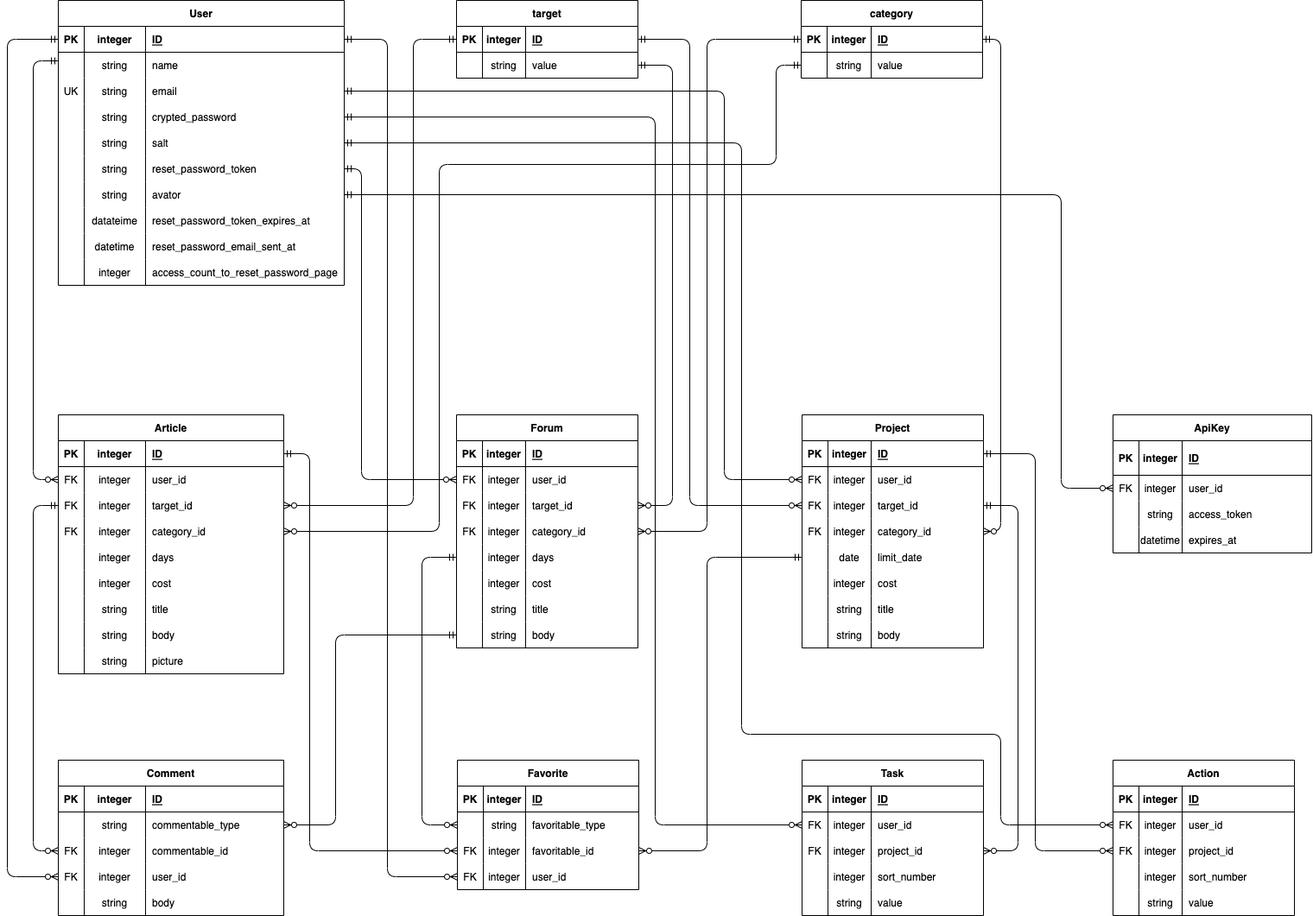
Earlier version of the draw.io export er.drawio.png (hibi6toshi/cocoaer). Source tidied: cells renumbered, new cells last; positions are measured from the earlier drawing's top-left corner, leaving out a move shared by most shapes.
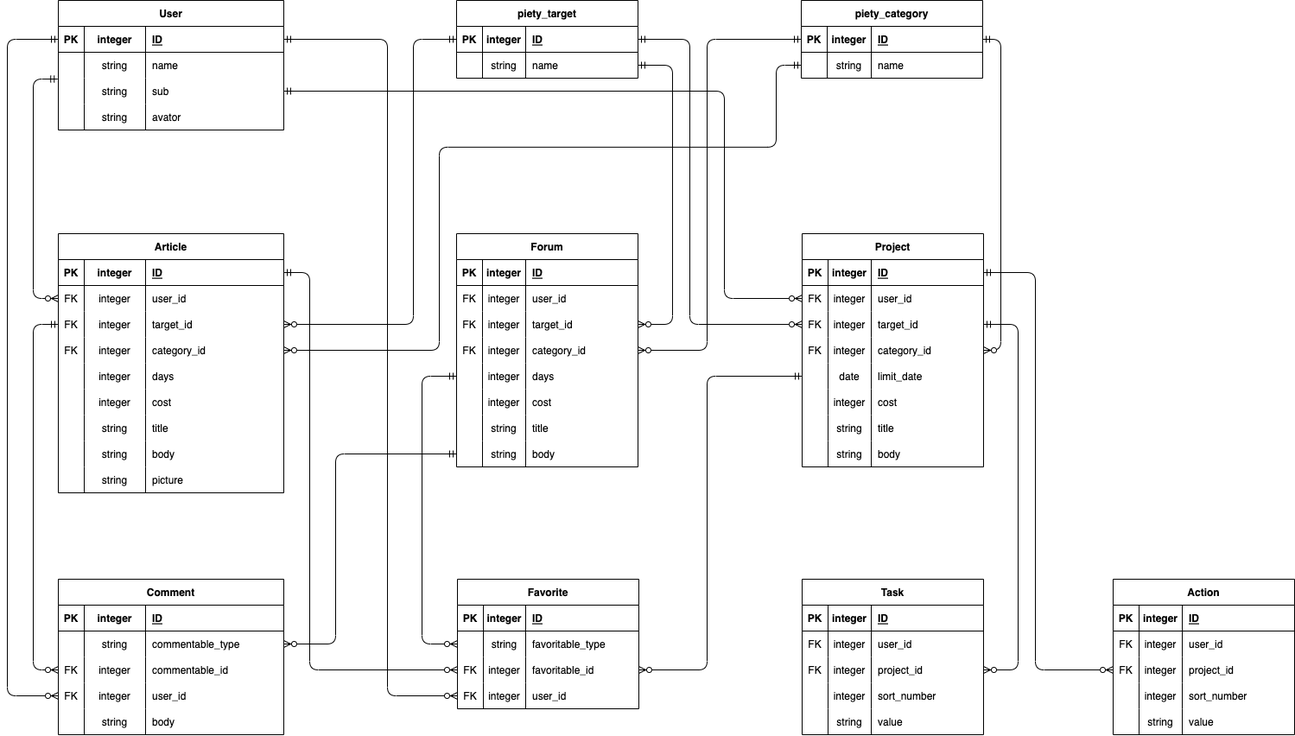
Later version of the same file.

Commit message:
認証まわりの整理＆カラム/テーブル名の変更

The edit, as a diff of the source:
```diff
@@ -428,6 +428,6 @@
     <mxCell id="143" value="User" style="shape=table;startSize=30;rowLines=0;fontStyle=1;align=center;" parent="1" vertex="1">
-      <mxGeometry x="59" width="331" height="330" as="geometry" />
+      <mxGeometry x="59" y="210" width="261" height="150" as="geometry" />
     </mxCell>
     <mxCell id="144" style="shape=tableRow;horizontal=0;startSize=0;swimlaneHead=0;swimlaneBody=0;fillColor=none;points=[[0,0.5],[1,0.5]];portConstraint=eastwest;top=0;left=0;right=0;bottom=1;" parent="143" vertex="1">
-      <mxGeometry y="30" width="331" height="30" as="geometry" />
+      <mxGeometry y="30" width="261" height="30" as="geometry" />
     </mxCell>
@@ -440,6 +440,6 @@
     <mxCell id="147" value="ID" style="shape=partialRectangle;fillColor=none;top=0;left=0;bottom=0;right=0;align=left;spacingLeft=6;fontStyle=5;overflow=hidden;" parent="144" vertex="1">
-      <mxGeometry x="101" width="230" height="30" as="geometry" />
+      <mxGeometry x="101" width="160" height="30" as="geometry" />
     </mxCell>
     <mxCell id="148" style="shape=tableRow;horizontal=0;startSize=0;swimlaneHead=0;swimlaneBody=0;fillColor=none;top=0;left=0;right=0;bottom=0;" parent="143" vertex="1">
-      <mxGeometry y="60" width="331" height="30" as="geometry" />
+      <mxGeometry y="60" width="261" height="30" as="geometry" />
     </mxCell>
@@ -452,8 +452,8 @@
     <mxCell id="151" value="name" style="shape=partialRectangle;fillColor=none;top=0;left=0;bottom=0;right=0;align=left;spacingLeft=6;overflow=hidden;" parent="148" vertex="1">
-      <mxGeometry x="101" width="230" height="30" as="geometry" />
+      <mxGeometry x="101" width="160" height="30" as="geometry" />
     </mxCell>
     <mxCell id="152" style="shape=tableRow;horizontal=0;startSize=0;swimlaneHead=0;swimlaneBody=0;fillColor=none;points=[[0,0.5],[1,0.5]];portConstraint=eastwest;top=0;left=0;right=0;bottom=0;" parent="143" vertex="1">
-      <mxGeometry y="90" width="331" height="30" as="geometry" />
+      <mxGeometry y="90" width="261" height="30" as="geometry" />
     </mxCell>
-    <mxCell id="153" value="UK" style="shape=partialRectangle;fillColor=none;top=0;left=0;bottom=0;right=0;overflow=hidden;" parent="152" vertex="1">
+    <mxCell id="153" style="shape=partialRectangle;fillColor=none;top=0;left=0;bottom=0;right=0;overflow=hidden;" parent="152" vertex="1">
       <mxGeometry width="30" height="30" as="geometry" />
@@ -463,43 +463,7 @@
     </mxCell>
-    <mxCell id="155" value="email" style="shape=partialRectangle;fillColor=none;top=0;left=0;bottom=0;right=0;align=left;spacingLeft=6;overflow=hidden;" parent="152" vertex="1">
-      <mxGeometry x="101" width="230" height="30" as="geometry" />
+    <mxCell id="155" value="sub" style="shape=partialRectangle;fillColor=none;top=0;left=0;bottom=0;right=0;align=left;spacingLeft=6;overflow=hidden;" parent="152" vertex="1">
+      <mxGeometry x="101" width="160" height="30" as="geometry" />
     </mxCell>
-    <mxCell id="156" style="shape=tableRow;horizontal=0;startSize=0;swimlaneHead=0;swimlaneBody=0;fillColor=none;points=[[0,0.5],[1,0.5]];portConstraint=eastwest;top=0;left=0;right=0;bottom=0;" parent="143" vertex="1">
-      <mxGeometry y="120" width="331" height="30" as="geometry" />
-    </mxCell>
-    <mxCell id="157" style="shape=partialRectangle;fillColor=none;top=0;left=0;bottom=0;right=0;overflow=hidden;" parent="156" vertex="1">
-      <mxGeometry width="30" height="30" as="geometry" />
-    </mxCell>
-    <mxCell id="158" value="string" style="shape=partialRectangle;fillColor=none;top=0;left=0;bottom=0;right=0;overflow=hidden;" parent="156" vertex="1">
-      <mxGeometry x="30" width="71" height="30" as="geometry" />
-    </mxCell>
-    <mxCell id="159" value="crypted_password" style="shape=partialRectangle;fillColor=none;top=0;left=0;bottom=0;right=0;align=left;spacingLeft=6;overflow=hidden;" parent="156" vertex="1">
-      <mxGeometry x="101" width="230" height="30" as="geometry" />
-    </mxCell>
-    <mxCell id="160" style="shape=tableRow;horizontal=0;startSize=0;swimlaneHead=0;swimlaneBody=0;fillColor=none;points=[[0,0.5],[1,0.5]];portConstraint=eastwest;top=0;left=0;right=0;bottom=0;" parent="143" vertex="1">
-      <mxGeometry y="150" width="331" height="30" as="geometry" />
-    </mxCell>
-    <mxCell id="161" style="shape=partialRectangle;fillColor=none;top=0;left=0;bottom=0;right=0;overflow=hidden;" parent="160" vertex="1">
-      <mxGeometry width="30" height="30" as="geometry" />
-    </mxCell>
-    <mxCell id="162" value="string" style="shape=partialRectangle;fillColor=none;top=0;left=0;bottom=0;right=0;overflow=hidden;" parent="160" vertex="1">
-      <mxGeometry x="30" width="71" height="30" as="geometry" />
-    </mxCell>
-    <mxCell id="163" value="salt" style="shape=partialRectangle;fillColor=none;top=0;left=0;bottom=0;right=0;align=left;spacingLeft=6;overflow=hidden;" parent="160" vertex="1">
-      <mxGeometry x="101" width="230" height="30" as="geometry" />
-    </mxCell>
-    <mxCell id="164" style="shape=tableRow;horizontal=0;startSize=0;swimlaneHead=0;swimlaneBody=0;fillColor=none;points=[[0,0.5],[1,0.5]];portConstraint=eastwest;top=0;left=0;right=0;bottom=0;" parent="143" vertex="1">
-      <mxGeometry y="180" width="331" height="30" as="geometry" />
-    </mxCell>
-    <mxCell id="165" style="shape=partialRectangle;fillColor=none;top=0;left=0;bottom=0;right=0;overflow=hidden;" parent="164" vertex="1">
-      <mxGeometry width="30" height="30" as="geometry" />
-    </mxCell>
-    <mxCell id="166" value="string" style="shape=partialRectangle;fillColor=none;top=0;left=0;bottom=0;right=0;overflow=hidden;" parent="164" vertex="1">
-      <mxGeometry x="30" width="71" height="30" as="geometry" />
-    </mxCell>
-    <mxCell id="167" value="reset_password_token" style="shape=partialRectangle;fillColor=none;top=0;left=0;bottom=0;right=0;align=left;spacingLeft=6;overflow=hidden;" parent="164" vertex="1">
-      <mxGeometry x="101" width="230" height="30" as="geometry" />
-    </mxCell>
     <mxCell id="168" style="shape=tableRow;horizontal=0;startSize=0;swimlaneHead=0;swimlaneBody=0;fillColor=none;points=[[0,0.5],[1,0.5]];portConstraint=eastwest;top=0;left=0;right=0;bottom=0;" parent="143" vertex="1">
-      <mxGeometry y="210" width="331" height="30" as="geometry" />
+      <mxGeometry y="120" width="261" height="30" as="geometry" />
     </mxCell>
@@ -512,42 +476,6 @@
     <mxCell id="171" value="avator" style="shape=partialRectangle;fillColor=none;top=0;left=0;bottom=0;right=0;align=left;spacingLeft=6;overflow=hidden;" parent="168" vertex="1">
-      <mxGeometry x="101" width="230" height="30" as="geometry" />
+      <mxGeometry x="101" width="160" height="30" as="geometry" />
     </mxCell>
-    <mxCell id="172" style="shape=tableRow;horizontal=0;startSize=0;swimlaneHead=0;swimlaneBody=0;fillColor=none;top=0;left=0;right=0;bottom=0;" parent="143" vertex="1">
-      <mxGeometry y="240" width="331" height="30" as="geometry" />
-    </mxCell>
-    <mxCell id="173" style="shape=partialRectangle;fillColor=none;top=0;left=0;bottom=0;right=0;overflow=hidden;" parent="172" vertex="1">
-      <mxGeometry width="30" height="30" as="geometry" />
-    </mxCell>
-    <mxCell id="174" value="datateime" style="shape=partialRectangle;fillColor=none;top=0;left=0;bottom=0;right=0;overflow=hidden;" parent="172" vertex="1">
-      <mxGeometry x="30" width="71" height="30" as="geometry" />
-    </mxCell>
-    <mxCell id="175" value="reset_password_token_expires_at" style="shape=partialRectangle;fillColor=none;top=0;left=0;bottom=0;right=0;align=left;spacingLeft=6;overflow=hidden;" parent="172" vertex="1">
-      <mxGeometry x="101" width="230" height="30" as="geometry" />
-    </mxCell>
-    <mxCell id="176" style="shape=tableRow;horizontal=0;startSize=0;swimlaneHead=0;swimlaneBody=0;fillColor=none;top=0;left=0;right=0;bottom=0;" parent="143" vertex="1">
-      <mxGeometry y="270" width="331" height="30" as="geometry" />
-    </mxCell>
-    <mxCell id="177" style="shape=partialRectangle;fillColor=none;top=0;left=0;bottom=0;right=0;overflow=hidden;" parent="176" vertex="1">
-      <mxGeometry width="30" height="30" as="geometry" />
-    </mxCell>
-    <mxCell id="178" value="datetime" style="shape=partialRectangle;fillColor=none;top=0;left=0;bottom=0;right=0;overflow=hidden;" parent="176" vertex="1">
-      <mxGeometry x="30" width="71" height="30" as="geometry" />
-    </mxCell>
-    <mxCell id="179" value="reset_password_email_sent_at" style="shape=partialRectangle;fillColor=none;top=0;left=0;bottom=0;right=0;align=left;spacingLeft=6;overflow=hidden;" parent="176" vertex="1">
-      <mxGeometry x="101" width="230" height="30" as="geometry" />
-    </mxCell>
-    <mxCell id="180" style="shape=tableRow;horizontal=0;startSize=0;swimlaneHead=0;swimlaneBody=0;fillColor=none;top=0;left=0;right=0;bottom=0;" parent="143" vertex="1">
-      <mxGeometry y="300" width="331" height="30" as="geometry" />
-    </mxCell>
-    <mxCell id="181" style="shape=partialRectangle;fillColor=none;top=0;left=0;bottom=0;right=0;overflow=hidden;" parent="180" vertex="1">
-      <mxGeometry width="30" height="30" as="geometry" />
-    </mxCell>
-    <mxCell id="182" value="integer" style="shape=partialRectangle;fillColor=none;top=0;left=0;bottom=0;right=0;overflow=hidden;" parent="180" vertex="1">
-      <mxGeometry x="30" width="71" height="30" as="geometry" />
-    </mxCell>
-    <mxCell id="183" value="access_count_to_reset_password_page" style="shape=partialRectangle;fillColor=none;top=0;left=0;bottom=0;right=0;align=left;spacingLeft=6;overflow=hidden;" parent="180" vertex="1">
-      <mxGeometry x="101" width="230" height="30" as="geometry" />
-    </mxCell>
-    <mxCell id="184" value="category" style="shape=table;startSize=30;rowLines=0;fontStyle=1;align=center;" parent="1" vertex="1">
-      <mxGeometry x="919" width="210" height="90" as="geometry" />
+    <mxCell id="184" value="piety_category" style="shape=table;startSize=30;rowLines=0;fontStyle=1;align=center;" parent="1" vertex="1">
+      <mxGeometry x="919" y="210" width="210" height="90" as="geometry" />
     </mxCell>
@@ -574,7 +502,7 @@
     </mxCell>
-    <mxCell id="192" value="value" style="shape=partialRectangle;fillColor=none;top=0;left=0;bottom=0;right=0;align=left;spacingLeft=6;overflow=hidden;" parent="189" vertex="1">
+    <mxCell id="192" value="name" style="shape=partialRectangle;fillColor=none;top=0;left=0;bottom=0;right=0;align=left;spacingLeft=6;overflow=hidden;" parent="189" vertex="1">
       <mxGeometry x="81" width="129" height="30" as="geometry" />
     </mxCell>
-    <mxCell id="193" value="target" style="shape=table;startSize=30;rowLines=0;fontStyle=1;align=center;" parent="1" vertex="1">
-      <mxGeometry x="520" width="210" height="90" as="geometry" />
+    <mxCell id="193" value="piety_target" style="shape=table;startSize=30;rowLines=0;fontStyle=1;align=center;" parent="1" vertex="1">
+      <mxGeometry x="520" y="210" width="210" height="90" as="geometry" />
     </mxCell>
@@ -601,3 +529,3 @@
     </mxCell>
-    <mxCell id="201" value="value" style="shape=partialRectangle;fillColor=none;top=0;left=0;bottom=0;right=0;align=left;spacingLeft=6;overflow=hidden;" parent="198" vertex="1">
+    <mxCell id="201" value="name" style="shape=partialRectangle;fillColor=none;top=0;left=0;bottom=0;right=0;align=left;spacingLeft=6;overflow=hidden;" parent="198" vertex="1">
       <mxGeometry x="80" width="130" height="30" as="geometry" />
@@ -607,3 +535,3 @@
         <Array as="points">
-          <mxPoint y="45" />
+          <mxPoint y="255" />
           <mxPoint y="1015" />
@@ -615,3 +543,3 @@
         <Array as="points">
-          <mxPoint x="440" y="45" />
+          <mxPoint x="440" y="255" />
           <mxPoint x="440" y="1015" />
@@ -620,7 +548,6 @@
     </mxCell>
-    <mxCell id="204" style="edgeStyle=orthogonalEdgeStyle;fontSize=12;html=1;endArrow=ERzeroToMany;startArrow=ERmandOne;entryX=0;entryY=0.5;entryDx=0;entryDy=0;" parent="1" edge="1" target="7">
+    <mxCell id="204" style="edgeStyle=orthogonalEdgeStyle;fontSize=12;html=1;endArrow=ERzeroToMany;startArrow=ERmandOne;entryX=0;entryY=0.5;entryDx=0;entryDy=0;exitX=-0.003;exitY=0.033;exitDx=0;exitDy=0;exitPerimeter=0;" parent="1" edge="1" source="152" target="7">
       <mxGeometry relative="1" as="geometry">
-        <mxPoint x="59" y="70" as="sourcePoint" />
         <Array as="points">
-          <mxPoint x="30" y="70" />
+          <mxPoint x="30" y="301" />
           <mxPoint x="30" y="555" />
@@ -640,3 +567,3 @@
         <Array as="points">
-          <mxPoint x="830" y="105" />
+          <mxPoint x="830" y="315" />
           <mxPoint x="830" y="555" />
@@ -645,7 +572,7 @@
     </mxCell>
-    <mxCell id="207" style="edgeStyle=orthogonalEdgeStyle;fontSize=12;html=1;endArrow=ERzeroToMany;startArrow=ERmandOne;entryX=0;entryY=0.5;entryDx=0;entryDy=0;exitX=1;exitY=0.5;exitDx=0;exitDy=0;" parent="1" edge="1" source="164" target="98">
+    <mxCell id="207" style="edgeStyle=orthogonalEdgeStyle;fontSize=12;html=1;endArrow=ERzeroToMany;startArrow=ERmandOne;entryX=0;entryY=0.5;entryDx=0;entryDy=0;exitX=1;exitY=0.5;exitDx=0;exitDy=0;" parent="1" edge="1" source="x" target="98">
       <mxGeometry relative="1" as="geometry">
         <Array as="points">
-          <mxPoint x="410" y="195" />
-          <mxPoint x="410" y="555" />
+          <mxPoint x="410" y="395" />
+          <mxPoint x="410" y="755" />
         </Array>
@@ -787,7 +714,7 @@
     </mxCell>
-    <mxCell id="251" style="edgeStyle=orthogonalEdgeStyle;fontSize=12;html=1;endArrow=ERzeroToMany;startArrow=ERmandOne;exitX=1;exitY=0.5;exitDx=0;exitDy=0;entryX=0;entryY=0.5;entryDx=0;entryDy=0;" parent="1" edge="1" source="156" target="214">
+    <mxCell id="251" style="edgeStyle=orthogonalEdgeStyle;fontSize=12;html=1;endArrow=ERzeroToMany;startArrow=ERmandOne;exitX=1;exitY=0.5;exitDx=0;exitDy=0;entryX=0;entryY=0.5;entryDx=0;entryDy=0;" parent="1" edge="1" source="x" target="214">
       <mxGeometry relative="1" as="geometry">
         <Array as="points">
-          <mxPoint x="750" y="135" />
-          <mxPoint x="750" y="955" />
+          <mxPoint x="750" y="335" />
+          <mxPoint x="750" y="1155" />
         </Array>
@@ -795,9 +722,9 @@
     </mxCell>
-    <mxCell id="252" style="edgeStyle=orthogonalEdgeStyle;fontSize=12;html=1;endArrow=ERzeroToMany;startArrow=ERmandOne;exitX=1;exitY=0.5;exitDx=0;exitDy=0;entryX=0;entryY=0.5;entryDx=0;entryDy=0;" parent="1" edge="1" source="160" target="235">
+    <mxCell id="252" style="edgeStyle=orthogonalEdgeStyle;fontSize=12;html=1;endArrow=ERzeroToMany;startArrow=ERmandOne;exitX=1;exitY=0.5;exitDx=0;exitDy=0;entryX=0;entryY=0.5;entryDx=0;entryDy=0;" parent="1" edge="1" source="x" target="235">
       <mxGeometry relative="1" as="geometry">
         <Array as="points">
-          <mxPoint x="850" y="165" />
-          <mxPoint x="850" y="850" />
-          <mxPoint x="1150" y="850" />
-          <mxPoint x="1150" y="955" />
+          <mxPoint x="850" y="365" />
+          <mxPoint x="850" y="1050" />
+          <mxPoint x="1150" y="1050" />
+          <mxPoint x="1150" y="1155" />
         </Array>
@@ -824,5 +751,5 @@
         <Array as="points">
-          <mxPoint x="890" y="75" />
-          <mxPoint x="890" y="190" />
-          <mxPoint x="500" y="190" />
+          <mxPoint x="890" y="285" />
+          <mxPoint x="890" y="380" />
+          <mxPoint x="500" y="380" />
           <mxPoint x="500" y="615" />
@@ -834,3 +761,3 @@
         <Array as="points">
-          <mxPoint x="470" y="45" />
+          <mxPoint x="470" y="255" />
           <mxPoint x="470" y="585" />
@@ -842,3 +769,3 @@
         <Array as="points">
-          <mxPoint x="770" y="75" />
+          <mxPoint x="770" y="285" />
           <mxPoint x="770" y="585" />
@@ -850,3 +777,3 @@
         <Array as="points">
-          <mxPoint x="810" y="45" />
+          <mxPoint x="810" y="255" />
           <mxPoint x="810" y="615" />
@@ -858,3 +785,3 @@
         <Array as="points">
-          <mxPoint x="790" y="45" />
+          <mxPoint x="790" y="255" />
           <mxPoint x="790" y="585" />
@@ -866,3 +793,3 @@
         <Array as="points">
-          <mxPoint x="1150" y="45" />
+          <mxPoint x="1150" y="255" />
           <mxPoint x="1150" y="615" />
@@ -895,61 +822,2 @@
     </mxCell>
-    <mxCell id="264" value="ApiKey" style="shape=table;startSize=30;rowLines=0;fontStyle=1;align=center;" parent="1" vertex="1">
-      <mxGeometry x="1280" y="480" width="230" height="160" as="geometry" />
-    </mxCell>
-    <mxCell id="265" style="shape=tableRow;horizontal=0;startSize=0;swimlaneHead=0;swimlaneBody=0;fillColor=none;top=0;left=0;right=0;bottom=1;" parent="264" vertex="1">
-      <mxGeometry y="30" width="230" height="40" as="geometry" />
-    </mxCell>
-    <mxCell id="266" value="PK" style="shape=partialRectangle;fillColor=none;top=0;left=0;bottom=0;right=0;fontStyle=1;overflow=hidden;" parent="265" vertex="1">
-      <mxGeometry width="30" height="40" as="geometry" />
-    </mxCell>
-    <mxCell id="267" value="integer" style="shape=partialRectangle;fillColor=none;top=0;left=0;bottom=0;right=0;fontStyle=1;overflow=hidden;" parent="265" vertex="1">
-      <mxGeometry x="30" width="50" height="40" as="geometry" />
-    </mxCell>
-    <mxCell id="268" value="ID" style="shape=partialRectangle;fillColor=none;top=0;left=0;bottom=0;right=0;align=left;spacingLeft=6;fontStyle=5;overflow=hidden;" parent="265" vertex="1">
-      <mxGeometry x="80" width="150" height="40" as="geometry" />
-    </mxCell>
-    <mxCell id="269" style="shape=tableRow;horizontal=0;startSize=0;swimlaneHead=0;swimlaneBody=0;fillColor=none;points=[[0,0.5],[1,0.5]];portConstraint=eastwest;top=0;left=0;right=0;bottom=0;" parent="264" vertex="1">
-      <mxGeometry y="70" width="230" height="30" as="geometry" />
-    </mxCell>
-    <mxCell id="270" value="FK" style="shape=partialRectangle;fillColor=none;top=0;left=0;bottom=0;right=0;overflow=hidden;" parent="269" vertex="1">
-      <mxGeometry width="30" height="30" as="geometry" />
-    </mxCell>
-    <mxCell id="271" value="integer" style="shape=partialRectangle;fillColor=none;top=0;left=0;bottom=0;right=0;overflow=hidden;" parent="269" vertex="1">
-      <mxGeometry x="30" width="50" height="30" as="geometry" />
-    </mxCell>
-    <mxCell id="272" value="user_id" style="shape=partialRectangle;fillColor=none;top=0;left=0;bottom=0;right=0;align=left;spacingLeft=6;overflow=hidden;" parent="269" vertex="1">
-      <mxGeometry x="80" width="150" height="30" as="geometry" />
-    </mxCell>
-    <mxCell id="273" style="shape=tableRow;horizontal=0;startSize=0;swimlaneHead=0;swimlaneBody=0;fillColor=none;top=0;left=0;right=0;bottom=0;" parent="264" vertex="1">
-      <mxGeometry y="100" width="230" height="30" as="geometry" />
-    </mxCell>
-    <mxCell id="274" style="shape=partialRectangle;fillColor=none;top=0;left=0;bottom=0;right=0;overflow=hidden;" parent="273" vertex="1">
-      <mxGeometry width="30" height="30" as="geometry" />
-    </mxCell>
-    <mxCell id="275" value="string" style="shape=partialRectangle;fillColor=none;top=0;left=0;bottom=0;right=0;overflow=hidden;" parent="273" vertex="1">
-      <mxGeometry x="30" width="50" height="30" as="geometry" />
-    </mxCell>
-    <mxCell id="276" value="access_token" style="shape=partialRectangle;fillColor=none;top=0;left=0;bottom=0;right=0;align=left;spacingLeft=6;overflow=hidden;" parent="273" vertex="1">
-      <mxGeometry x="80" width="150" height="30" as="geometry" />
-    </mxCell>
-    <mxCell id="277" style="shape=tableRow;horizontal=0;startSize=0;swimlaneHead=0;swimlaneBody=0;fillColor=none;top=0;left=0;right=0;bottom=0;" parent="264" vertex="1">
-      <mxGeometry y="130" width="230" height="30" as="geometry" />
-    </mxCell>
-    <mxCell id="278" style="shape=partialRectangle;fillColor=none;top=0;left=0;bottom=0;right=0;overflow=hidden;" parent="277" vertex="1">
-      <mxGeometry width="30" height="30" as="geometry" />
-    </mxCell>
-    <mxCell id="279" value="datetime" style="shape=partialRectangle;fillColor=none;top=0;left=0;bottom=0;right=0;overflow=hidden;" parent="277" vertex="1">
-      <mxGeometry x="30" width="50" height="30" as="geometry" />
-    </mxCell>
-    <mxCell id="280" value="expires_at" style="shape=partialRectangle;fillColor=none;top=0;left=0;bottom=0;right=0;align=left;spacingLeft=6;overflow=hidden;" parent="277" vertex="1">
-      <mxGeometry x="80" width="150" height="30" as="geometry" />
-    </mxCell>
-    <mxCell id="281" style="edgeStyle=orthogonalEdgeStyle;fontSize=12;html=1;endArrow=ERzeroToMany;startArrow=ERmandOne;exitX=1;exitY=0.5;exitDx=0;exitDy=0;entryX=0;entryY=0.5;entryDx=0;entryDy=0;" parent="1" edge="1" source="168" target="269">
-      <mxGeometry relative="1" as="geometry">
-        <Array as="points">
-          <mxPoint x="1220" y="225" />
-          <mxPoint x="1220" y="565" />
-        </Array>
-      </mxGeometry>
-    </mxCell>
   </root>
```
